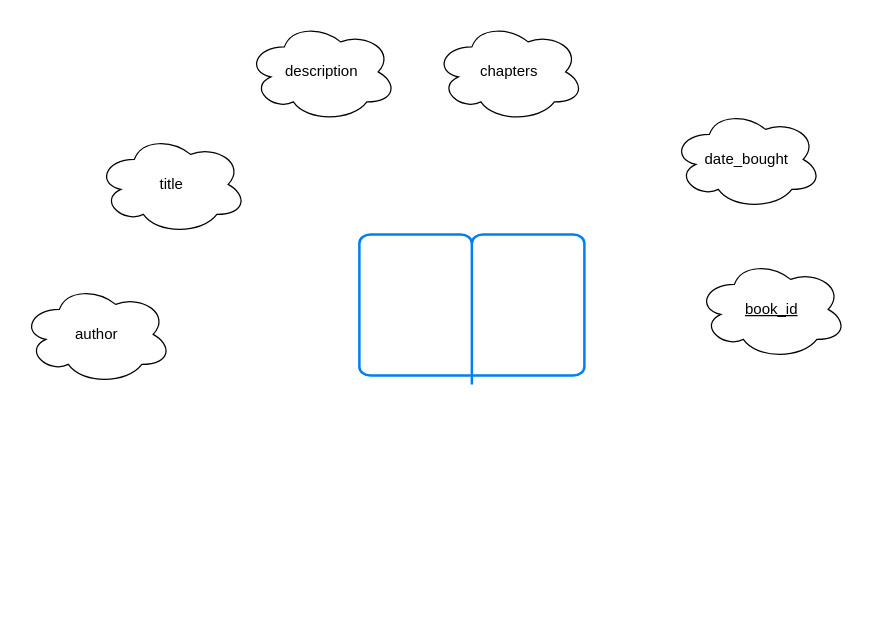
OinkoIT/BE16-DBDev-DAY1-Claus-Christoph keeps this draw.io diagram as page "Purpose" (1 of 3) of christoph/books.drawio. Above is the earlier version. Source tidied: cells renumbered, new cells numbered last; positions are measured from the earlier drawing's top-left corner, leaving out a move shared by most shapes. Both pictures are drawn from the tidied source at 125%, with x=0, y=0 at pixel (21, 21).
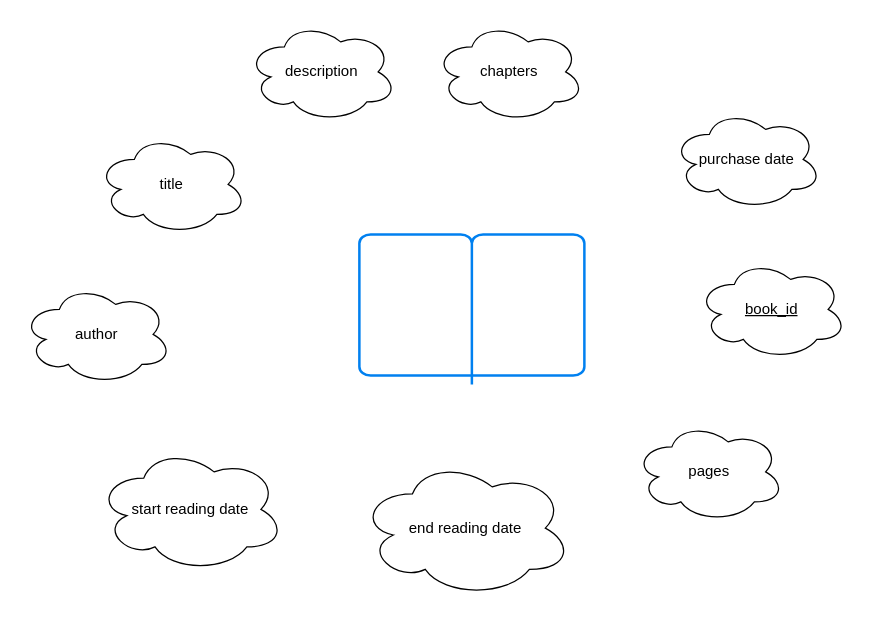
After the change.

What changed in the source:
```diff
@@
 <mxGraphModel>
   <root>
     <mxCell id="0" />
     <mxCell id="1" parent="0" />
     <mxCell id="2" style="html=1;verticalLabelPosition=bottom;align=center;labelBackgroundColor=#ffffff;verticalAlign=top;strokeWidth=2;strokeColor=#0080F0;shadow=0;dashed=0;shape=mxgraph.ios7.icons.book;" parent="1" vertex="1">
       <mxGeometry x="270" y="170" width="180" height="120" as="geometry" />
     </mxCell>
     <mxCell id="3" value="author" style="ellipse;shape=cloud;whiteSpace=wrap;html=1;" parent="1" vertex="1">
       <mxGeometry y="210" width="120" height="80" as="geometry" />
     </mxCell>
     <mxCell id="4" value="title" style="ellipse;shape=cloud;whiteSpace=wrap;html=1;" parent="1" vertex="1">
       <mxGeometry x="60" y="90" width="120" height="80" as="geometry" />
     </mxCell>
     <mxCell id="5" value="description" style="ellipse;shape=cloud;whiteSpace=wrap;html=1;" parent="1" vertex="1">
       <mxGeometry x="180" width="120" height="80" as="geometry" />
     </mxCell>
     <mxCell id="6" value="chapters" style="ellipse;shape=cloud;whiteSpace=wrap;html=1;" parent="1" vertex="1">
       <mxGeometry x="330" width="120" height="80" as="geometry" />
     </mxCell>
-    <mxCell id="7" value="date_bought" style="ellipse;shape=cloud;whiteSpace=wrap;html=1;" parent="1" vertex="1">
+    <mxCell id="7" value="purchase date" style="ellipse;shape=cloud;whiteSpace=wrap;html=1;" parent="1" vertex="1">
       <mxGeometry x="520" y="70" width="120" height="80" as="geometry" />
     </mxCell>
     <mxCell id="8" value="&lt;u&gt;book_id&lt;/u&gt;" style="ellipse;shape=cloud;whiteSpace=wrap;html=1;" parent="1" vertex="1">
       <mxGeometry x="540" y="190" width="120" height="80" as="geometry" />
     </mxCell>
+    <mxCell id="9" value="start reading date" style="ellipse;shape=cloud;whiteSpace=wrap;html=1;" parent="1" vertex="1">
+      <mxGeometry x="60" y="340" width="150" height="100" as="geometry" />
+    </mxCell>
+    <mxCell id="10" value="end reading date" style="ellipse;shape=cloud;whiteSpace=wrap;html=1;" parent="1" vertex="1">
+      <mxGeometry x="270" y="350" width="170" height="110" as="geometry" />
+    </mxCell>
+    <mxCell id="11" value="pages" style="ellipse;shape=cloud;whiteSpace=wrap;html=1;" parent="1" vertex="1">
+      <mxGeometry x="490" y="320" width="120" height="80" as="geometry" />
+    </mxCell>
   </root>
 </mxGraphModel>
```
